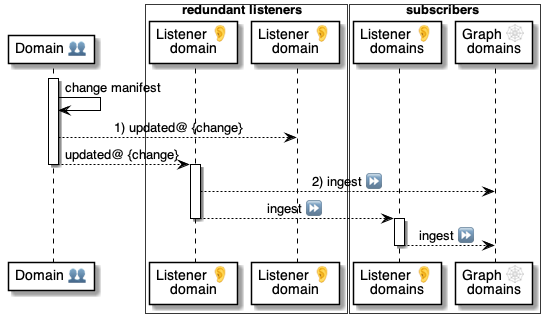
This is 5 ⏩ Flows/30 👥⏩ Domains/.📎 Assets/⚙️🕸 Manifest.png from pollyweb-org/pollyweb-docs, a PlantUML export, as it was before one commit. Its source is kept beside it as 5 ⏩ Flows/30 👥⏩ Domains/.📎 Assets/⚙️🕸 Manifest.puml.
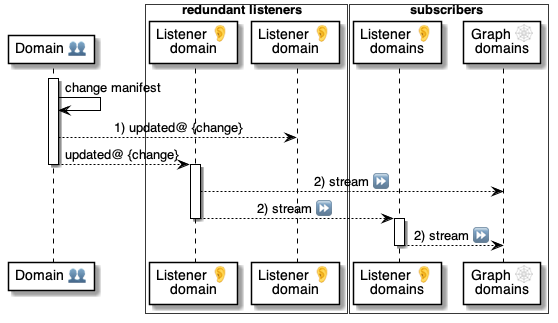
The same diagram one commit later.

What changed in the source:
```diff
@@ -21,13 +21,13 @@
 deactivate domain
 
 activate listener1
-    listener1 --> graph: 2) ingest ⏩
-    listener1 --> pool: ingest ⏩
+    listener1 --> graph: 2) stream ⏩
+    listener1 --> pool: 2) stream ⏩
 deactivate listener1
 
 
 activate pool
-    pool --> graph: ingest ⏩
+    pool --> graph: 2) stream ⏩
 deactivate pool
 
 
```
